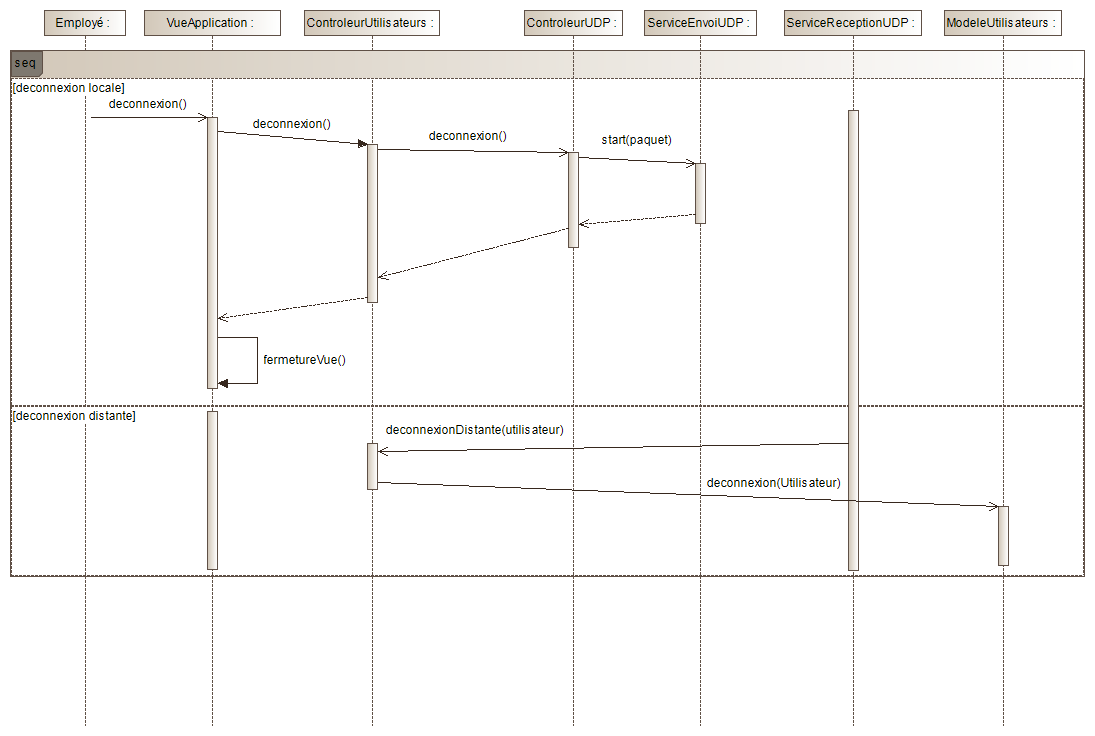
This is sequence/deconnexion.png from arc-hugo/clavardage_uml, a PlantUML export, as it was before one commit. Its source is kept beside it as sequence/deconnexion.wsd.
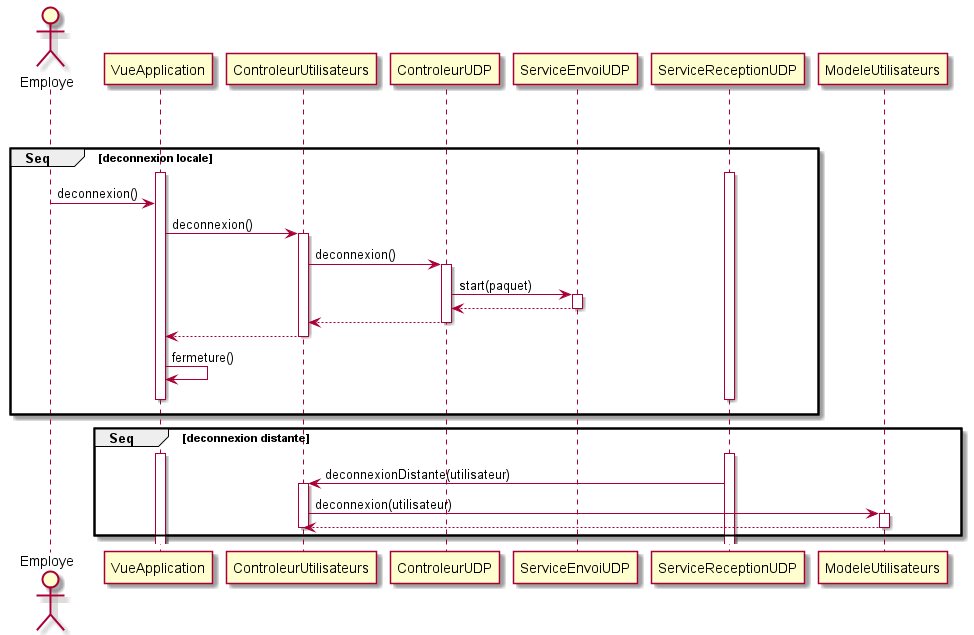
Later version of the same file.

Commit message:
correction connexion et deconnexion

Change to the diagram source:
```diff
@@ -1,4 +1,4 @@
-@startuml Connexion
+@startuml Deconnexion
 actor Employe
 VueApplication [hidden]-> ControleurUtilisateurs
 VueApplication [hidden]-> ControleurUDP
```
